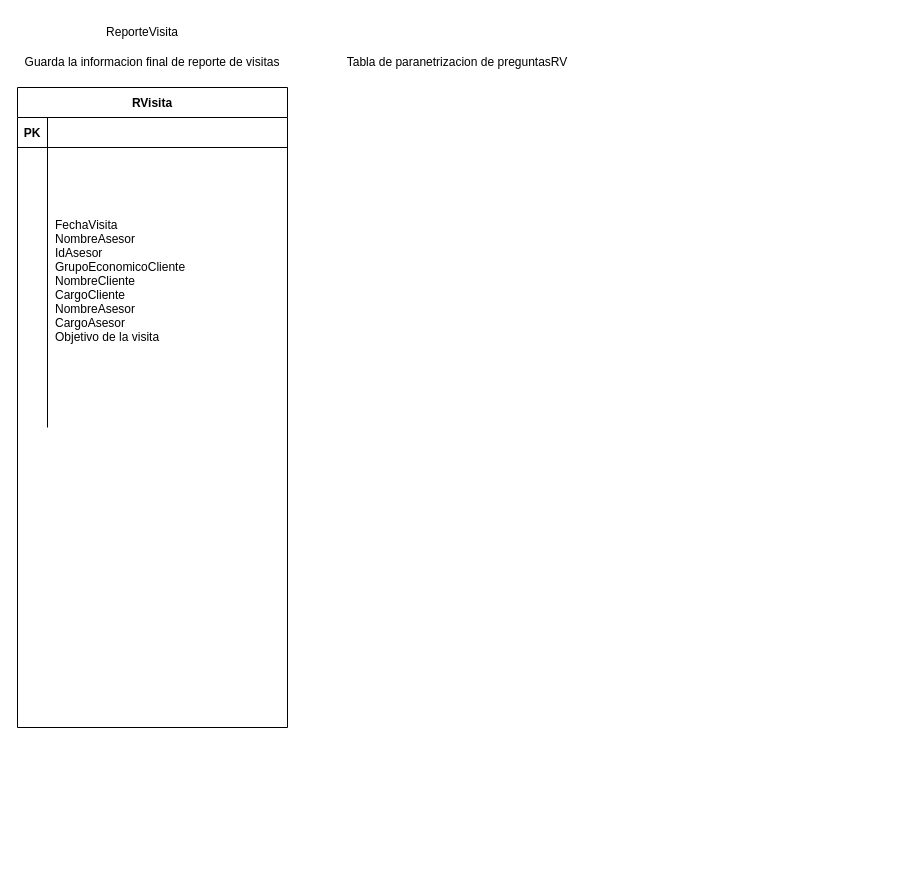
Above: ReporteVisitas.drawio in GonzaloDavid/diagramas (draw.io), before the change. Source tidied: cells renumbered, new cells numbered last; positions are measured from the earlier drawing's top-left corner, leaving out a move shared by most shapes. Both pictures are drawn from the tidied source at 100%, with x=0, y=0 at pixel (17, 17).
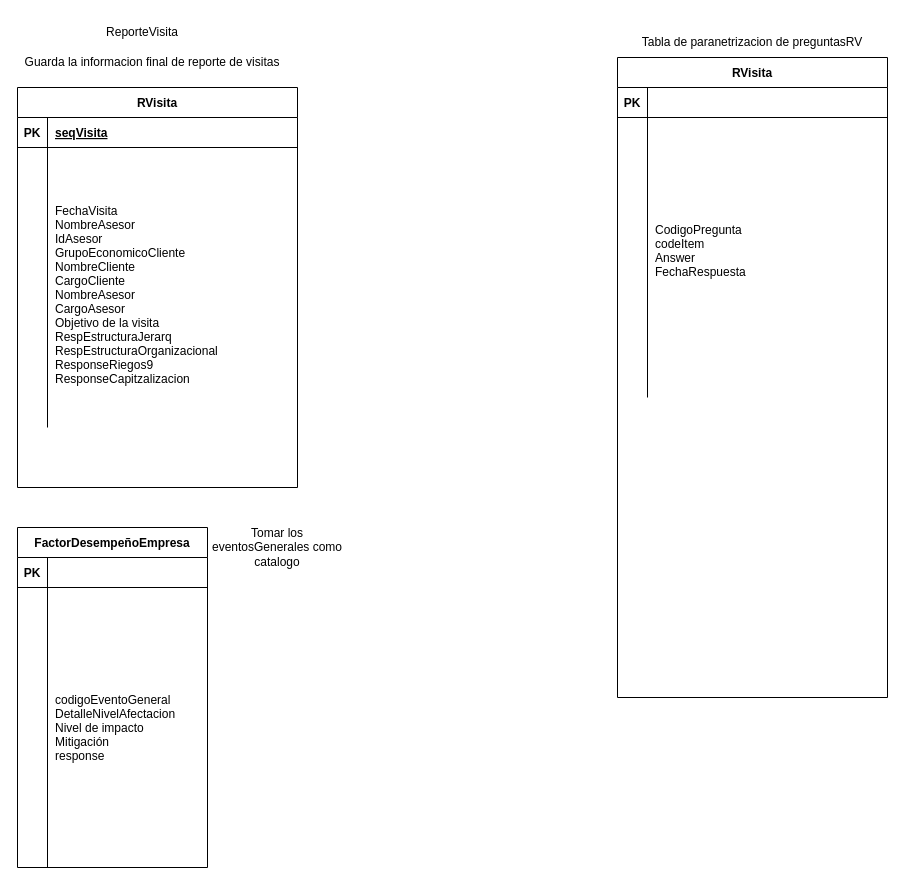
The same diagram, later.

What changed in the source:
```diff
@@
     <mxCell id="2" value="RVisita" style="shape=table;startSize=30;childLayout=tableLayout;rowLines=0;fontStyle=1;align=center;" parent="1" vertex="1">
-      <mxGeometry y="70" width="270" height="640" as="geometry" />
+      <mxGeometry y="70" width="280" height="400" as="geometry" />
     </mxCell>
     <mxCell id="3" style="shape=partialRectangle;fillColor=none;top=0;left=0;right=0;bottom=1;" parent="2" vertex="1">
-      <mxGeometry y="30" width="270" height="30" as="geometry" />
+      <mxGeometry y="30" width="280" height="30" as="geometry" />
     </mxCell>
@@
-    <mxCell id="5" style="shape=partialRectangle;overflow=hidden;fillColor=none;top=0;left=0;bottom=0;right=0;align=left;spacingLeft=6;fontStyle=5;" parent="3" vertex="1">
-      <mxGeometry x="30" width="240" height="30" as="geometry" />
+    <mxCell id="5" value="seqVisita" style="shape=partialRectangle;overflow=hidden;fillColor=none;top=0;left=0;bottom=0;right=0;align=left;spacingLeft=6;fontStyle=5;" parent="3" vertex="1">
+      <mxGeometry x="30" width="250" height="30" as="geometry" />
     </mxCell>
     <mxCell id="6" style="shape=partialRectangle;fillColor=none;top=0;left=0;right=0;bottom=0;" parent="2" vertex="1">
-      <mxGeometry y="60" width="270" height="280" as="geometry" />
+      <mxGeometry y="60" width="280" height="280" as="geometry" />
     </mxCell>
@@
-    <mxCell id="8" value="FechaVisita&#10;NombreAsesor&#10;IdAsesor&#10;GrupoEconomicoCliente&#10;NombreCliente&#10;CargoCliente&#10;NombreAsesor&#10;CargoAsesor&#10;Objetivo de la visita&#10;" style="shape=partialRectangle;overflow=hidden;fillColor=none;top=0;left=0;bottom=0;right=0;align=left;spacingLeft=6;" parent="6" vertex="1">
-      <mxGeometry x="30" width="240" height="280" as="geometry" />
+    <mxCell id="8" value="&#10;FechaVisita&#10;NombreAsesor&#10;IdAsesor&#10;GrupoEconomicoCliente&#10;NombreCliente&#10;CargoCliente&#10;NombreAsesor&#10;CargoAsesor&#10;Objetivo de la visita&#10;RespEstructuraJerarq&#10;RespEstructuraOrganizacional&#10;ResponseRiegos9&#10;ResponseCapitzalizacion" style="shape=partialRectangle;overflow=hidden;fillColor=none;top=0;left=0;bottom=0;right=0;align=left;spacingLeft=6;" parent="6" vertex="1">
+      <mxGeometry x="30" width="250" height="280" as="geometry" />
     </mxCell>
@@
     <mxCell id="11" value="Tabla de paranetrizacion de preguntasRV" style="text;html=1;align=center;verticalAlign=middle;whiteSpace=wrap;rounded=0;" parent="1" vertex="1">
-      <mxGeometry x="305" y="30" width="270" height="30" as="geometry" />
+      <mxGeometry x="600" y="10" width="270" height="30" as="geometry" />
     </mxCell>
+    <mxCell id="12" value="RVisita" style="shape=table;startSize=30;childLayout=tableLayout;rowLines=0;fontStyle=1;align=center;" parent="1" vertex="1">
+      <mxGeometry x="600" y="40" width="270" height="640" as="geometry" />
+    </mxCell>
+    <mxCell id="13" style="shape=partialRectangle;fillColor=none;top=0;left=0;right=0;bottom=1;" parent="12" vertex="1">
+      <mxGeometry y="30" width="270" height="30" as="geometry" />
+    </mxCell>
+    <mxCell id="14" value="PK" style="shape=partialRectangle;overflow=hidden;fillColor=none;top=0;left=0;bottom=0;right=0;fontStyle=1;" parent="13" vertex="1">
+      <mxGeometry width="30" height="30" as="geometry" />
+    </mxCell>
+    <mxCell id="15" style="shape=partialRectangle;overflow=hidden;fillColor=none;top=0;left=0;bottom=0;right=0;align=left;spacingLeft=6;fontStyle=5;" parent="13" vertex="1">
+      <mxGeometry x="30" width="240" height="30" as="geometry" />
+    </mxCell>
+    <mxCell id="16" style="shape=partialRectangle;fillColor=none;top=0;left=0;right=0;bottom=0;" parent="12" vertex="1">
+      <mxGeometry y="60" width="270" height="280" as="geometry" />
+    </mxCell>
+    <mxCell id="17" style="shape=partialRectangle;overflow=hidden;fillColor=none;top=0;left=0;bottom=0;right=0;" parent="16" vertex="1">
+      <mxGeometry width="30" height="280" as="geometry" />
+    </mxCell>
+    <mxCell id="18" value="CodigoPregunta&#10;codeItem&#10;Answer&#10;FechaRespuesta&#10;" style="shape=partialRectangle;overflow=hidden;fillColor=none;top=0;left=0;bottom=0;right=0;align=left;spacingLeft=6;" parent="16" vertex="1">
+      <mxGeometry x="30" width="240" height="280" as="geometry" />
+    </mxCell>
+    <mxCell id="19" value="FactorDesempeñoEmpresa" style="shape=table;startSize=30;childLayout=tableLayout;rowLines=0;fontStyle=1;align=center;" parent="1" vertex="1">
+      <mxGeometry y="510" width="190" height="340" as="geometry" />
+    </mxCell>
+    <mxCell id="20" style="shape=partialRectangle;fillColor=none;top=0;left=0;right=0;bottom=1;" parent="19" vertex="1">
+      <mxGeometry y="30" width="190" height="30" as="geometry" />
+    </mxCell>
+    <mxCell id="21" value="PK" style="shape=partialRectangle;overflow=hidden;fillColor=none;top=0;left=0;bottom=0;right=0;fontStyle=1;" parent="20" vertex="1">
+      <mxGeometry width="30" height="30" as="geometry" />
+    </mxCell>
+    <mxCell id="22" style="shape=partialRectangle;overflow=hidden;fillColor=none;top=0;left=0;bottom=0;right=0;align=left;spacingLeft=6;fontStyle=5;" parent="20" vertex="1">
+      <mxGeometry x="30" width="160" height="30" as="geometry" />
+    </mxCell>
+    <mxCell id="23" style="shape=partialRectangle;fillColor=none;top=0;left=0;right=0;bottom=0;" parent="19" vertex="1">
+      <mxGeometry y="60" width="190" height="280" as="geometry" />
+    </mxCell>
+    <mxCell id="24" style="shape=partialRectangle;overflow=hidden;fillColor=none;top=0;left=0;bottom=0;right=0;" parent="23" vertex="1">
+      <mxGeometry width="30" height="280" as="geometry" />
+    </mxCell>
+    <mxCell id="25" value="codigoEventoGeneral&#10;DetalleNivelAfectacion&#10;Nivel de impacto&#10;Mitigación&#10;response" style="shape=partialRectangle;overflow=hidden;fillColor=none;top=0;left=0;bottom=0;right=0;align=left;spacingLeft=6;" parent="23" vertex="1">
+      <mxGeometry x="30" width="160" height="280" as="geometry" />
+    </mxCell>
+    <mxCell id="26" value="Tomar los eventosGenerales como catalogo" style="text;html=1;align=center;verticalAlign=middle;whiteSpace=wrap;rounded=0;" parent="1" vertex="1">
+      <mxGeometry x="190" y="510" width="140" height="40" as="geometry" />
+    </mxCell>
```
